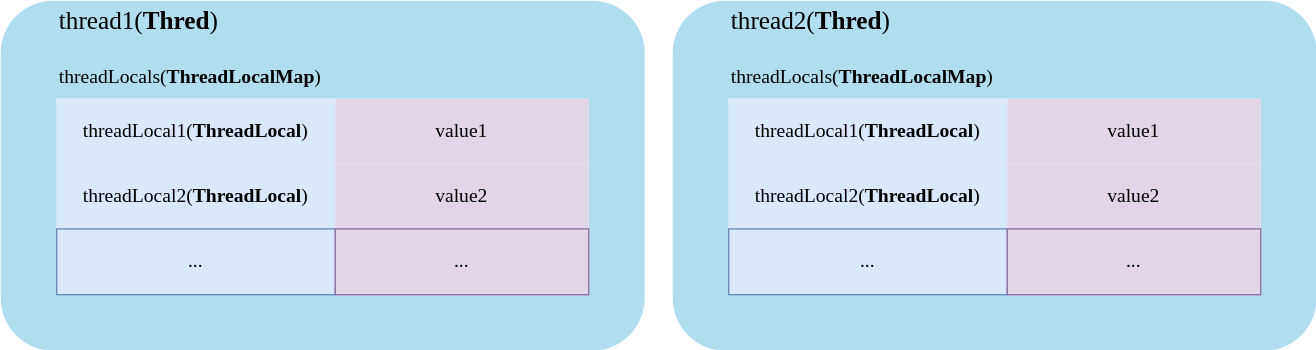
Before: assets/drawio/ThreadLocal的原理与实现.svg, a diagram exported from draw.io (zhanjixun/zhanjixun.github.io). Source tidied: cells renumbered, new cells last; positions are measured from the earlier drawing's top-left corner, leaving out a move shared by most shapes.
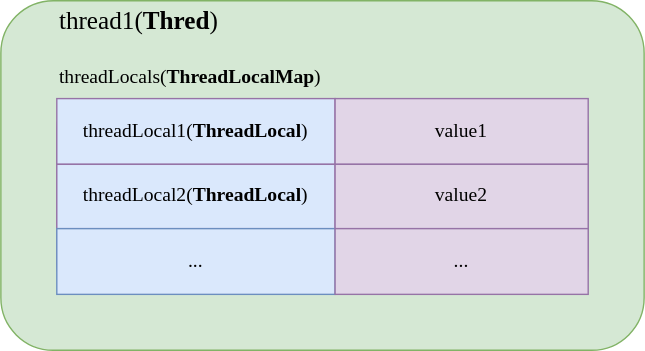
The same file after the commit.

What changed in the source:
```diff
@@ -2,10 +2,10 @@
   <root>
     <mxCell id="0" />
     <mxCell id="1" parent="0" />
-    <mxCell id="2" style="rounded=1;whiteSpace=wrap;html=1;fillColor=#b1ddf0;strokeColor=none;fontSize=14;fontFamily=Tahoma;" parent="1" vertex="1">
+    <mxCell id="2" style="rounded=1;whiteSpace=wrap;html=1;fillColor=#d5e8d4;strokeColor=#82b366;fontSize=14;fontFamily=Tahoma;" parent="1" vertex="1">
       <mxGeometry width="460" height="250" as="geometry" />
     </mxCell>
-    <mxCell id="3" style="shadow=0;rounded=0;fontSize=14;strokeColor=none;fontFamily=Tahoma;" parent="1" vertex="1">
+    <mxCell id="3" style="shadow=0;rounded=1;fontSize=14;strokeColor=#9673a6;fontFamily=Tahoma;fillColor=#e1d5e7;strokeWidth=1;" parent="1" vertex="1">
       <mxGeometry x="40" y="70" width="380" height="140" as="geometry" />
     </mxCell>
     <mxCell id="4" style="shape=tableRow;horizontal=0;startSize=0;swimlaneHead=0;swimlaneBody=0;top=0;left=0;bottom=0;right=0;fontStyle=0;fillColor=none;strokeColor=inherit;fontSize=14;fontFamily=Tahoma;" parent="3" vertex="1">
@@ -41,44 +41,5 @@
     <mxCell id="14" value="threadLocals(&lt;b&gt;ThreadLocalMap&lt;/b&gt;)" style="text;html=1;align=left;verticalAlign=middle;whiteSpace=wrap;rounded=0;fillColor=none;fontSize=14;strokeColor=none;fontFamily=Tahoma;" parent="1" vertex="1">
       <mxGeometry x="40" y="40" width="379" height="30" as="geometry" />
     </mxCell>
-    <mxCell id="15" style="rounded=1;whiteSpace=wrap;html=1;fillColor=#b1ddf0;strokeColor=none;fontSize=14;fontFamily=Tahoma;" parent="1" vertex="1">
-      <mxGeometry x="480" width="460" height="250" as="geometry" />
-    </mxCell>
-    <mxCell id="16" style="shadow=0;rounded=0;fontSize=14;strokeColor=none;fontFamily=Tahoma;" parent="1" vertex="1">
-      <mxGeometry x="520" y="70" width="380" height="140" as="geometry" />
-    </mxCell>
-    <mxCell id="17" style="shape=tableRow;horizontal=0;startSize=0;swimlaneHead=0;swimlaneBody=0;top=0;left=0;bottom=0;right=0;fontStyle=0;fillColor=none;strokeColor=inherit;fontSize=14;fontFamily=Tahoma;" parent="16" vertex="1">
-      <mxGeometry width="380" height="47" as="geometry" />
-    </mxCell>
-    <mxCell id="18" value="threadLocal1(&lt;b&gt;ThreadLocal&lt;/b&gt;)" style="strokeColor=inherit;fillColor=#dae8fc;align=center;whiteSpace=wrap;html=1;fontSize=14;fontFamily=Tahoma;" parent="17" vertex="1">
-      <mxGeometry width="199" height="47" as="geometry" />
-    </mxCell>
-    <mxCell id="19" value="value1" style="strokeColor=inherit;fillColor=#e1d5e7;align=center;whiteSpace=wrap;html=1;fontSize=14;fontFamily=Tahoma;" parent="17" vertex="1">
-      <mxGeometry x="199" width="181" height="47" as="geometry" />
-    </mxCell>
-    <mxCell id="20" style="shape=tableRow;horizontal=0;startSize=0;swimlaneHead=0;swimlaneBody=0;top=0;left=0;bottom=0;right=0;fontStyle=0;fillColor=none;strokeColor=inherit;fontSize=14;fontFamily=Tahoma;" parent="16" vertex="1">
-      <mxGeometry y="47" width="380" height="46" as="geometry" />
-    </mxCell>
-    <mxCell id="21" value="threadLocal2(&lt;b&gt;ThreadLocal&lt;/b&gt;)" style="strokeColor=inherit;fillColor=#dae8fc;align=center;whiteSpace=wrap;html=1;fontSize=14;fontFamily=Tahoma;" parent="20" vertex="1">
-      <mxGeometry width="199" height="46" as="geometry" />
-    </mxCell>
-    <mxCell id="22" value="value2" style="strokeColor=inherit;fillColor=#e1d5e7;align=center;whiteSpace=wrap;html=1;fontSize=14;fontFamily=Tahoma;" parent="20" vertex="1">
-      <mxGeometry x="199" width="181" height="46" as="geometry" />
-    </mxCell>
-    <mxCell id="23" style="shape=tableRow;horizontal=0;startSize=0;swimlaneHead=0;swimlaneBody=0;top=0;left=0;bottom=0;right=0;fontStyle=0;fillColor=none;strokeColor=inherit;fontSize=14;fontFamily=Tahoma;" parent="16" vertex="1">
-      <mxGeometry y="93" width="380" height="47" as="geometry" />
-    </mxCell>
-    <mxCell id="24" value="..." style="strokeColor=#6c8ebf;fillColor=#dae8fc;align=center;whiteSpace=wrap;html=1;fontSize=14;fontFamily=Tahoma;" parent="23" vertex="1">
-      <mxGeometry width="199" height="47" as="geometry" />
-    </mxCell>
-    <mxCell id="25" value="..." style="strokeColor=#9673a6;fillColor=#e1d5e7;align=center;whiteSpace=wrap;html=1;fontSize=14;fontFamily=Tahoma;" parent="23" vertex="1">
-      <mxGeometry x="199" width="181" height="47" as="geometry" />
-    </mxCell>
-    <mxCell id="26" value="thread2(&lt;b&gt;Thred&lt;/b&gt;)" style="text;html=1;align=left;verticalAlign=middle;whiteSpace=wrap;rounded=0;strokeColor=none;fontSize=18;fontFamily=Tahoma;" parent="1" vertex="1">
-      <mxGeometry x="520" width="410" height="30" as="geometry" />
-    </mxCell>
-    <mxCell id="27" value="threadLocals(&lt;b&gt;ThreadLocalMap&lt;/b&gt;)" style="text;html=1;align=left;verticalAlign=middle;whiteSpace=wrap;rounded=0;fillColor=none;fontSize=14;strokeColor=none;fontFamily=Tahoma;" parent="1" vertex="1">
-      <mxGeometry x="520" y="40" width="379" height="30" as="geometry" />
-    </mxCell>
   </root>
 </mxGraphModel>
```
